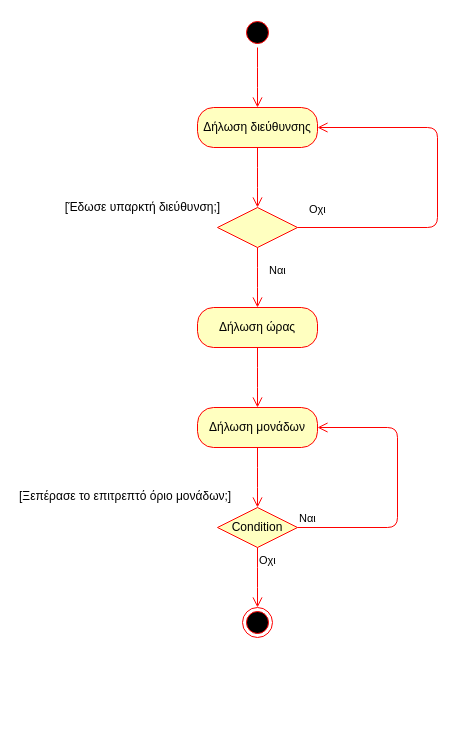
Earlier version of the draw.io diagram requirements/DRAWIO files/ΔιαθεσιμότηταΤηςΘέσηςΣτάθμευσης_ΑCTIVITY.drawio (ntinouldinho/Parking-App). Source tidied: cells renumbered, new cells numbered last; positions are measured from the earlier drawing's top-left corner, leaving out a move shared by most shapes. Both pictures are drawn from the tidied source at 100%, with x=0, y=0 at pixel (17, 17).
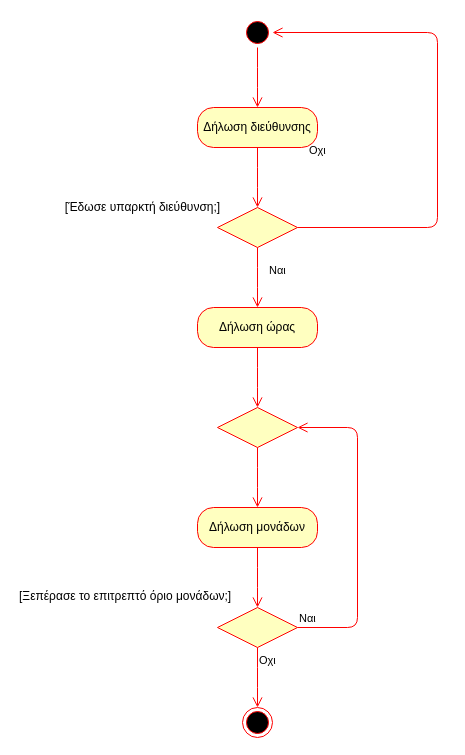
The same page after the edit.

Unchanged cells that the change refers to:
```xml
<mxCell id="2" style="ellipse;html=1;shape=startState;fillColor=#000000;strokeColor=#ff0000;" parent="1" vertex="1">
  <mxGeometry x="225" width="30" height="30" as="geometry" />
</mxCell>
<mxCell id="7" style="rhombus;whiteSpace=wrap;html=1;fillColor=#ffffc0;strokeColor=#ff0000;" parent="1" vertex="1">
  <mxGeometry x="200" y="190" width="80" height="40" as="geometry" />
</mxCell>
<mxCell id="10" value="Δήλωση διεύθυνσης" style="rounded=1;whiteSpace=wrap;html=1;arcSize=40;fontColor=#000000;fillColor=#ffffc0;strokeColor=#ff0000;" parent="1" vertex="1">
  <mxGeometry x="180" y="90" width="120" height="40" as="geometry" />
</mxCell>
```

Change to the diagram source:
```diff
@@
     <mxCell id="5" value="[Ξεπέρασε το επιτρεπτό όριο μονάδων;]" style="text;html=1;" parent="1" vertex="1">
-      <mxGeometry y="465" width="180" height="30" as="geometry" />
+      <mxGeometry y="565" width="180" height="30" as="geometry" />
     </mxCell>
     <mxCell id="6" style="ellipse;html=1;shape=endState;fillColor=#000000;strokeColor=#ff0000;" parent="1" vertex="1">
-      <mxGeometry x="225" y="590" width="30" height="30" as="geometry" />
+      <mxGeometry x="225" y="690" width="30" height="30" as="geometry" />
     </mxCell>
@@
-    <mxCell id="8" value="Οχι" style="edgeStyle=orthogonalEdgeStyle;html=1;align=left;verticalAlign=bottom;endArrow=open;endSize=8;strokeColor=#ff0000;entryX=1;entryY=0.5;entryDx=0;entryDy=0;" parent="1" edge="1" source="7" target="10">
+    <mxCell id="8" value="Οχι" style="edgeStyle=orthogonalEdgeStyle;html=1;align=left;verticalAlign=bottom;endArrow=open;endSize=8;strokeColor=#ff0000;entryX=1;entryY=0.5;entryDx=0;entryDy=0;" parent="1" edge="1" source="7" target="2">
       <mxGeometry x="-0.17" y="130" relative="1" as="geometry">
         <Array as="points">
           <mxPoint x="420" y="210" />
-          <mxPoint x="420" y="110" />
+          <mxPoint x="420" y="15" />
         </Array>
       </mxGeometry>
     </mxCell>
@@
     <mxCell id="14" value="Δήλωση μονάδων" style="rounded=1;whiteSpace=wrap;html=1;arcSize=40;fontColor=#000000;fillColor=#ffffc0;strokeColor=#ff0000;" parent="1" vertex="1">
-      <mxGeometry x="180" y="390" width="120" height="40" as="geometry" />
+      <mxGeometry x="180" y="490" width="120" height="40" as="geometry" />
     </mxCell>
     <mxCell id="15" style="edgeStyle=orthogonalEdgeStyle;html=1;verticalAlign=bottom;endArrow=open;endSize=8;strokeColor=#ff0000;" parent="1" edge="1" source="14">
       <mxGeometry relative="1" as="geometry">
-        <mxPoint x="240" y="490" as="targetPoint" />
+        <mxPoint x="240" y="590" as="targetPoint" />
       </mxGeometry>
     </mxCell>
-    <mxCell id="16" value="Condition" style="rhombus;whiteSpace=wrap;html=1;fillColor=#ffffc0;strokeColor=#ff0000;" parent="1" vertex="1">
-      <mxGeometry x="200" y="490" width="80" height="40" as="geometry" />
+    <mxCell id="16" style="rhombus;whiteSpace=wrap;html=1;fillColor=#ffffc0;strokeColor=#ff0000;" parent="1" vertex="1">
+      <mxGeometry x="200" y="590" width="80" height="40" as="geometry" />
     </mxCell>
-    <mxCell id="17" value="Ναι" style="edgeStyle=orthogonalEdgeStyle;html=1;align=left;verticalAlign=bottom;endArrow=open;endSize=8;strokeColor=#ff0000;entryX=1;entryY=0.5;entryDx=0;entryDy=0;" parent="1" edge="1" source="16" target="14">
+    <mxCell id="17" value="Ναι" style="edgeStyle=orthogonalEdgeStyle;html=1;align=left;verticalAlign=bottom;endArrow=open;endSize=8;strokeColor=#ff0000;entryX=1;entryY=0.5;entryDx=0;entryDy=0;" parent="1" edge="1" source="16" target="19">
       <mxGeometry x="-1" relative="1" as="geometry">
         <Array as="points">
-          <mxPoint x="380" y="510" />
-          <mxPoint x="380" y="410" />
+          <mxPoint x="340" y="610" />
+          <mxPoint x="340" y="410" />
         </Array>
       </mxGeometry>
     </mxCell>
     <mxCell id="18" value="Οχι" style="edgeStyle=orthogonalEdgeStyle;html=1;align=left;verticalAlign=top;endArrow=open;endSize=8;strokeColor=#ff0000;" parent="1" edge="1" source="16">
       <mxGeometry x="-1" relative="1" as="geometry">
-        <mxPoint x="240" y="590" as="targetPoint" />
+        <mxPoint x="240" y="690" as="targetPoint" />
       </mxGeometry>
     </mxCell>
+    <mxCell id="19" style="rhombus;whiteSpace=wrap;html=1;fillColor=#ffffc0;strokeColor=#ff0000;" parent="1" vertex="1">
+      <mxGeometry x="200" y="390" width="80" height="40" as="geometry" />
+    </mxCell>
+    <mxCell id="20" style="edgeStyle=orthogonalEdgeStyle;html=1;align=left;verticalAlign=top;endArrow=open;endSize=8;strokeColor=#ff0000;" parent="1" edge="1" source="19">
+      <mxGeometry x="-1" relative="1" as="geometry">
+        <mxPoint x="240" y="490" as="targetPoint" />
+      </mxGeometry>
+    </mxCell>
```
